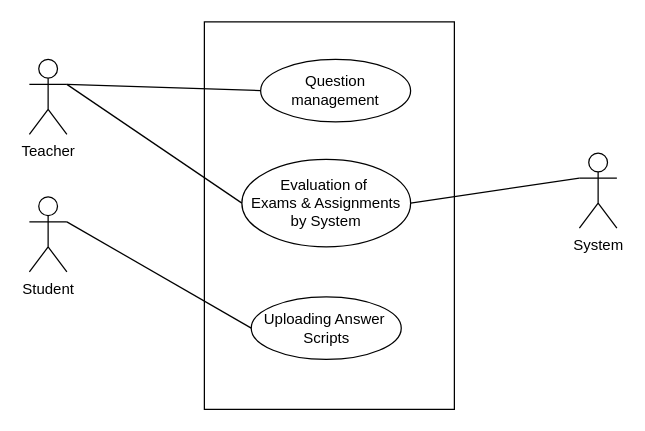
Earlier version of the draw.io diagram page "UC level 1.4" (6 of 17) of Diagrams.drawio (shirrsho/E-shcool). Source tidied: cells renumbered, new cells numbered last; positions are measured from the earlier drawing's top-left corner, leaving out a move shared by most shapes. Both pictures are drawn from the tidied source at 125%, with x=0, y=0 at pixel (29, 21).
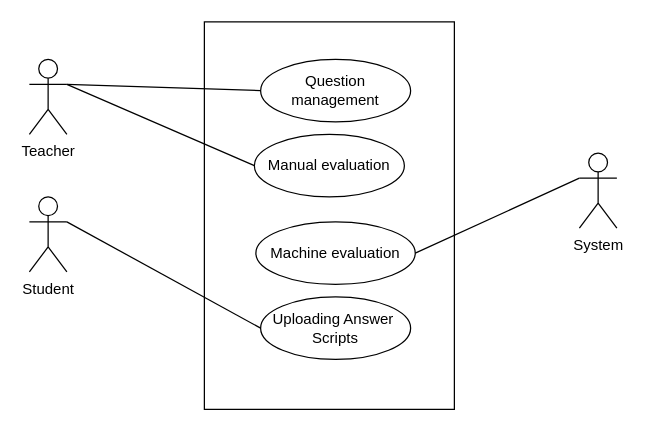
The same page after the edit.

Change to the diagram source:
```diff
@@
 <mxGraphModel>
   <root>
     <mxCell id="0" />
     <mxCell id="1" parent="0" />
     <mxCell id="2" style="rounded=0;whiteSpace=wrap;html=1;" parent="1" vertex="1">
       <mxGeometry x="140" width="200" height="310" as="geometry" />
     </mxCell>
     <mxCell id="3" value="Question management" style="ellipse;whiteSpace=wrap;html=1;" parent="1" vertex="1">
       <mxGeometry x="185" y="30" width="120" height="50" as="geometry" />
     </mxCell>
     <mxCell id="4" value="Uploading Answer&amp;nbsp;&lt;br&gt;Scripts" style="ellipse;whiteSpace=wrap;html=1;" parent="1" vertex="1">
-      <mxGeometry x="177.5" y="220" width="120" height="50" as="geometry" />
+      <mxGeometry x="185" y="220" width="120" height="50" as="geometry" />
     </mxCell>
-    <mxCell id="5" value="Evaluation of&amp;nbsp;&lt;br&gt;Exams &amp;amp; Assignments by System" style="ellipse;whiteSpace=wrap;html=1;" parent="1" vertex="1">
-      <mxGeometry x="170" y="110" width="135" height="70" as="geometry" />
+    <mxCell id="5" value="Machine evaluation" style="ellipse;whiteSpace=wrap;html=1;" parent="1" vertex="1">
+      <mxGeometry x="181.2" y="160" width="127.5" height="50" as="geometry" />
     </mxCell>
     <mxCell id="6" value="Teacher" style="shape=umlActor;verticalLabelPosition=bottom;verticalAlign=top;html=1;outlineConnect=0;" parent="1" vertex="1">
       <mxGeometry y="30" width="30" height="60" as="geometry" />
     </mxCell>
     <mxCell id="7" value="Student" style="shape=umlActor;verticalLabelPosition=bottom;verticalAlign=top;html=1;outlineConnect=0;" parent="1" vertex="1">
       <mxGeometry y="140" width="30" height="60" as="geometry" />
     </mxCell>
     <mxCell id="8" style="endArrow=none;html=1;rounded=0;exitX=1;exitY=0.3333333333333333;exitDx=0;exitDy=0;exitPerimeter=0;entryX=0;entryY=0.5;entryDx=0;entryDy=0;" parent="1" edge="1" source="6" target="3">
       <mxGeometry relative="1" as="geometry" />
     </mxCell>
     <mxCell id="9" style="endArrow=none;html=1;rounded=0;exitX=1;exitY=0.3333333333333333;exitDx=0;exitDy=0;exitPerimeter=0;entryX=0;entryY=0.5;entryDx=0;entryDy=0;" parent="1" edge="1" source="7" target="4">
       <mxGeometry relative="1" as="geometry" />
     </mxCell>
-    <mxCell id="10" style="endArrow=none;html=1;rounded=0;entryX=0;entryY=0.5;entryDx=0;entryDy=0;exitX=1;exitY=0.3333333333333333;exitDx=0;exitDy=0;exitPerimeter=0;" parent="1" edge="1" source="6" target="5">
+    <mxCell id="10" style="endArrow=none;html=1;rounded=0;entryX=0;entryY=0.5;entryDx=0;entryDy=0;exitX=1;exitY=0.3333333333333333;exitDx=0;exitDy=0;exitPerimeter=0;" parent="1" edge="1" source="6" target="13">
       <mxGeometry relative="1" as="geometry" />
     </mxCell>
     <mxCell id="11" value="System" style="shape=umlActor;verticalLabelPosition=bottom;verticalAlign=top;html=1;outlineConnect=0;" parent="1" vertex="1">
       <mxGeometry x="440" y="105" width="30" height="60" as="geometry" />
     </mxCell>
     <mxCell id="12" style="endArrow=none;html=1;rounded=0;entryX=0;entryY=0.3333333333333333;entryDx=0;entryDy=0;entryPerimeter=0;exitX=1;exitY=0.5;exitDx=0;exitDy=0;" parent="1" edge="1" source="5" target="11">
       <mxGeometry relative="1" as="geometry" />
     </mxCell>
+    <mxCell id="13" value="Manual evaluation" style="ellipse;whiteSpace=wrap;html=1;" parent="1" vertex="1">
+      <mxGeometry x="180" y="90" width="120" height="50" as="geometry" />
+    </mxCell>
   </root>
 </mxGraphModel>
```
